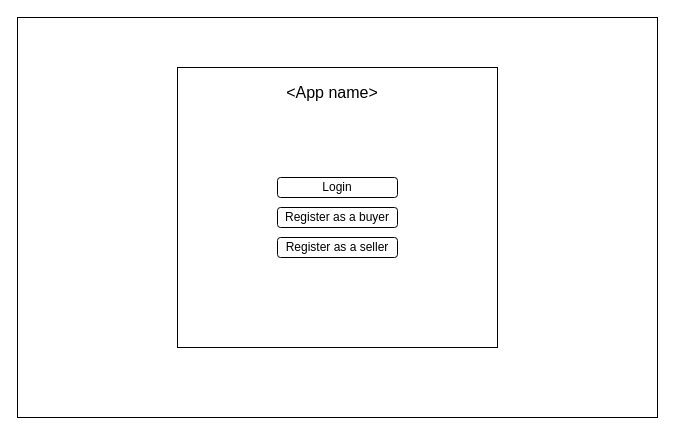
The draw.io diagram Start_page.drawio in malshan1998/draw.io, before the edit. Source tidied: cells renumbered, new cells numbered last; positions are measured from the earlier drawing's top-left corner, leaving out a move shared by most shapes. Both pictures are drawn from the tidied source at 100%, with x=0, y=0 at pixel (17, 17).
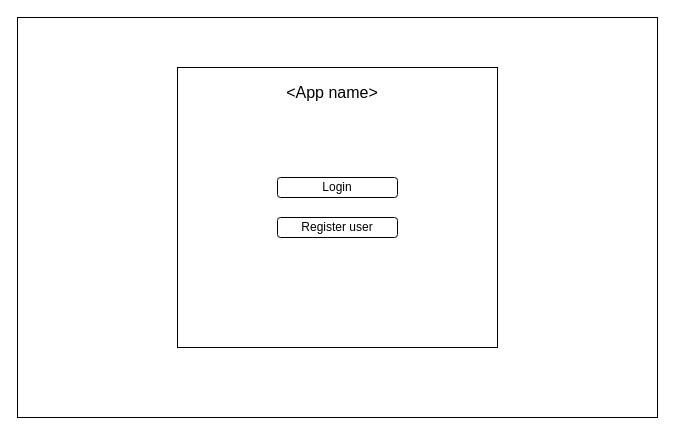
After the change.

Change to the diagram source:
```diff
@@
 <mxGraphModel>
   <root>
     <mxCell id="0" />
     <mxCell id="1" parent="0" />
     <mxCell id="2" style="rounded=0;whiteSpace=wrap;html=1;fillColor=none;" parent="1" vertex="1">
       <mxGeometry width="640" height="400" as="geometry" />
     </mxCell>
     <mxCell id="3" style="rounded=0;whiteSpace=wrap;html=1;fillColor=none;" parent="1" vertex="1">
       <mxGeometry x="160" y="50" width="320" height="280" as="geometry" />
     </mxCell>
     <mxCell id="4" value="&amp;lt;App name&amp;gt;" style="rounded=0;whiteSpace=wrap;html=1;fillColor=none;strokeColor=none;fontSize=16;" parent="1" vertex="1">
       <mxGeometry x="255" y="60" width="120" height="30" as="geometry" />
     </mxCell>
-    <mxCell id="5" value="Register as a buyer" style="rounded=1;whiteSpace=wrap;html=1;fillColor=none;" parent="1" vertex="1">
-      <mxGeometry x="260" y="190" width="120" height="20" as="geometry" />
-    </mxCell>
-    <mxCell id="6" value="Register as a seller" style="rounded=1;whiteSpace=wrap;html=1;fillColor=none;" parent="1" vertex="1">
-      <mxGeometry x="260" y="220" width="120" height="20" as="geometry" />
+    <mxCell id="6" value="Register user" style="rounded=1;whiteSpace=wrap;html=1;fillColor=none;" parent="1" vertex="1">
+      <mxGeometry x="260" y="200" width="120" height="20" as="geometry" />
     </mxCell>
     <mxCell id="7" value="Login" style="rounded=1;whiteSpace=wrap;html=1;fillColor=none;" parent="1" vertex="1">
       <mxGeometry x="260" y="160" width="120" height="20" as="geometry" />
     </mxCell>
   </root>
 </mxGraphModel>
```
